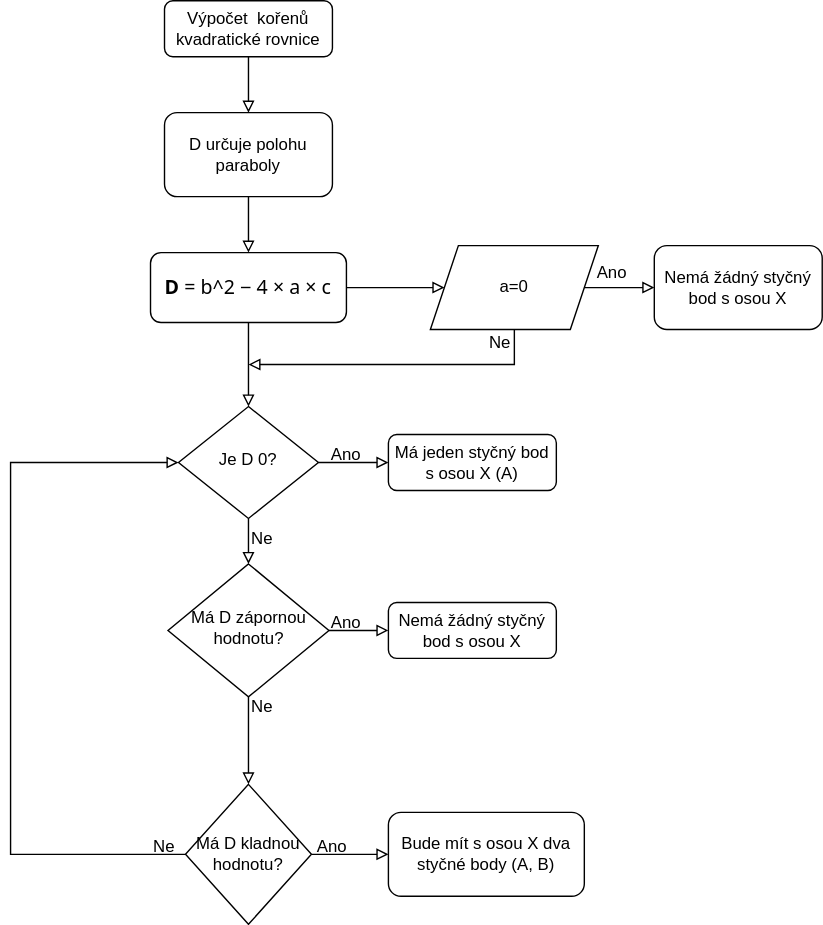
This is Písemka.drawio.svg from HonzaVrbensky/diagrams.net, a draw.io export, as it was before one commit. Source tidied: cells renumbered, new cells last; positions are measured from the earlier drawing's top-left corner, leaving out a move shared by most shapes.
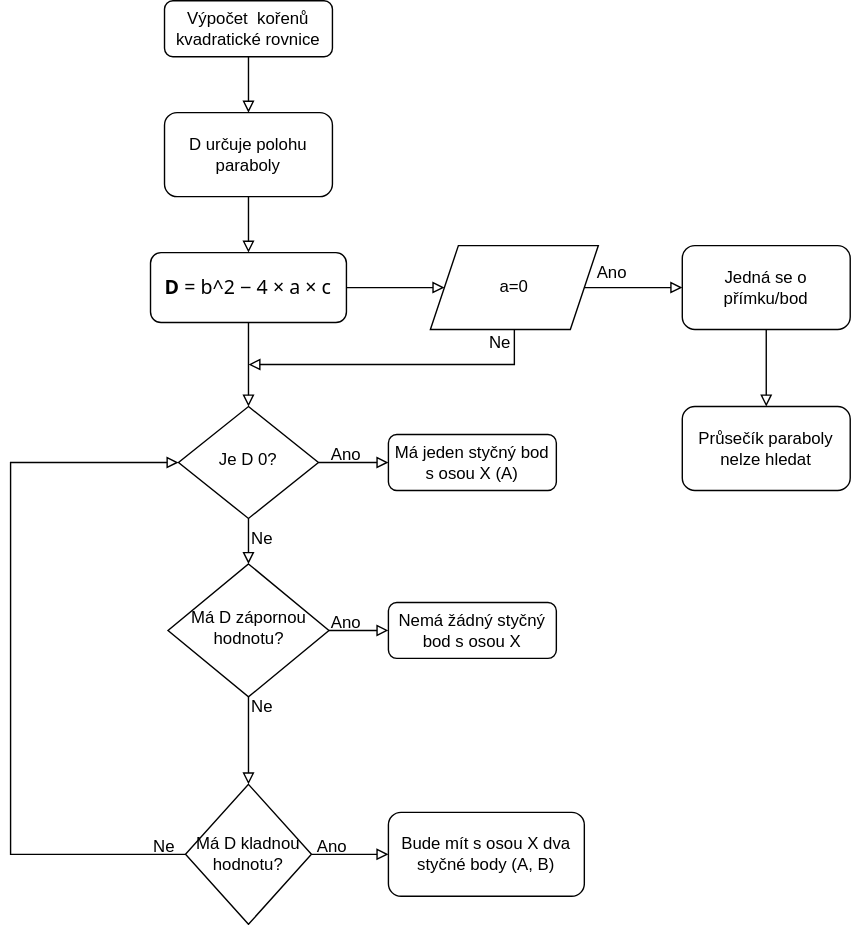
After the commit.

Change to the diagram source:
```diff
@@ -96,8 +96,11 @@
     <mxCell id="29" value="a=0" style="shape=parallelogram;perimeter=parallelogramPerimeter;whiteSpace=wrap;html=1;fixedSize=1;" parent="1" vertex="1">
       <mxGeometry x="300" y="175" width="120" height="60" as="geometry" />
     </mxCell>
+    <mxCell id="33" style="edgeStyle=orthogonalEdgeStyle;rounded=0;jettySize=auto;html=1;exitX=0.5;exitY=1;exitDx=0;exitDy=0;entryX=0.5;entryY=0;entryDx=0;entryDy=0;endArrow=block;endFill=0;" parent="1" edge="1" source="30" target="34">
+      <mxGeometry relative="1" as="geometry" />
+    </mxCell>
-    <mxCell id="30" value="Nemá žádný styčný bod s osou X" style="rounded=1;whiteSpace=wrap;html=1;" parent="1" vertex="1">
-      <mxGeometry x="460" y="175" width="120" height="60" as="geometry" />
+    <mxCell id="30" value="Jedná se o přímku/bod" style="rounded=1;whiteSpace=wrap;html=1;" parent="1" vertex="1">
+      <mxGeometry x="480" y="175" width="120" height="60" as="geometry" />
     </mxCell>
     <mxCell id="31" value="Ano" style="text;html=1;strokeColor=none;fillColor=none;align=center;verticalAlign=middle;whiteSpace=wrap;rounded=0;" parent="1" vertex="1">
       <mxGeometry x="400" y="180" width="60" height="30" as="geometry" />
@@ -105,5 +108,8 @@
     <mxCell id="32" value="Ne" style="text;html=1;strokeColor=none;fillColor=none;align=center;verticalAlign=middle;whiteSpace=wrap;rounded=0;" parent="1" vertex="1">
       <mxGeometry x="320" y="230" width="60" height="30" as="geometry" />
     </mxCell>
+    <mxCell id="34" value="Průsečík paraboly nelze hledat" style="rounded=1;whiteSpace=wrap;html=1;" parent="1" vertex="1">
+      <mxGeometry x="480" y="290" width="120" height="60" as="geometry" />
+    </mxCell>
   </root>
 </mxGraphModel>
```
